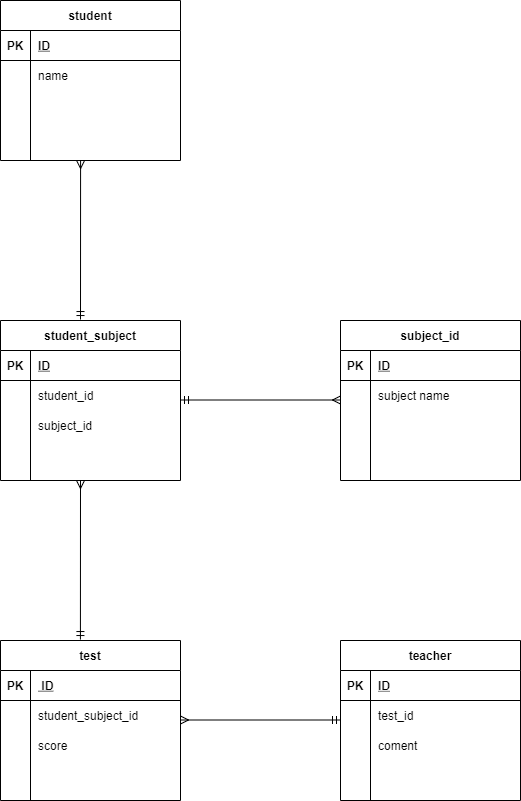
Before: 20210716_02ogaki.drawio.png, a diagram exported from draw.io (ryo0709/20210716ogaki). Source tidied: cells renumbered, new cells last; positions are measured from the earlier drawing's top-left corner, leaving out a move shared by most shapes.
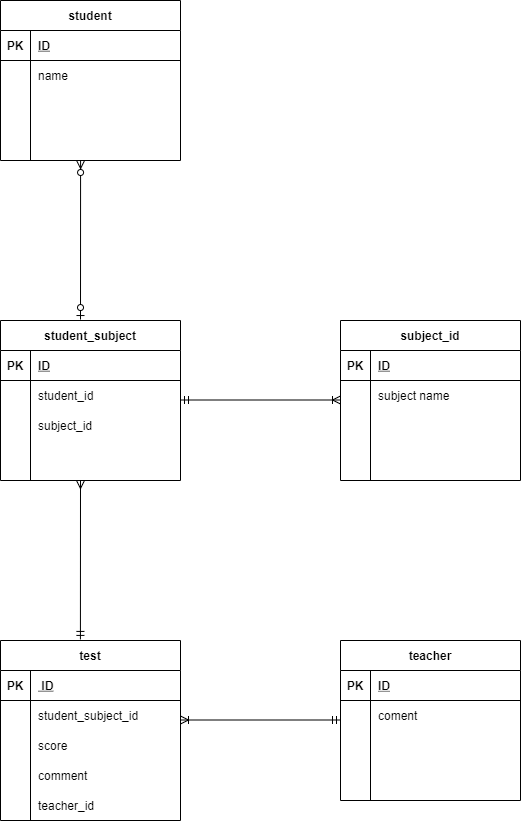
The same diagram one commit later.

Diff of the diagram source:
```diff
@@ -120,7 +120,7 @@
       <mxGeometry x="30" width="150" height="30" as="geometry" />
     </mxCell>
     <mxCell id="41" value="test" style="shape=table;startSize=30;rowLines=0;fontStyle=1;align=center;" parent="1" vertex="1">
-      <mxGeometry y="640" width="180" height="160" as="geometry" />
+      <mxGeometry y="640" width="180" height="180" as="geometry" />
     </mxCell>
     <mxCell id="42" style="shape=partialRectangle;fillColor=none;top=0;left=0;bottom=1;right=0;" parent="41" vertex="1">
       <mxGeometry y="30" width="180" height="30" as="geometry" />
@@ -155,7 +155,7 @@
     <mxCell id="52" style="shape=partialRectangle;fillColor=none;top=0;left=0;bottom=0;right=0;overflow=hidden;" parent="51" vertex="1">
       <mxGeometry width="30" height="30" as="geometry" />
     </mxCell>
-    <mxCell id="53" value=" " style="shape=partialRectangle;fillColor=none;top=0;left=0;bottom=0;right=0;align=left;spacingLeft=6;overflow=hidden;" parent="51" vertex="1">
+    <mxCell id="53" value="comment" style="shape=partialRectangle;fillColor=none;top=0;left=0;bottom=0;right=0;align=left;spacingLeft=6;overflow=hidden;" parent="51" vertex="1">
       <mxGeometry x="30" width="150" height="30" as="geometry" />
     </mxCell>
     <mxCell id="54" value="teacher" style="shape=table;startSize=30;rowLines=0;fontStyle=1;align=center;" parent="1" vertex="1">
@@ -176,7 +176,7 @@
     <mxCell id="59" style="shape=partialRectangle;fillColor=none;top=0;left=0;bottom=0;right=0;overflow=hidden;" parent="58" vertex="1">
       <mxGeometry width="30" height="30" as="geometry" />
     </mxCell>
-    <mxCell id="60" value="test_id" style="shape=partialRectangle;fillColor=none;top=0;left=0;bottom=0;right=0;align=left;spacingLeft=6;overflow=hidden;" parent="58" vertex="1">
+    <mxCell id="60" value="coment" style="shape=partialRectangle;fillColor=none;top=0;left=0;bottom=0;right=0;align=left;spacingLeft=6;overflow=hidden;" parent="58" vertex="1">
       <mxGeometry x="30" width="150" height="30" as="geometry" />
     </mxCell>
     <mxCell id="61" style="shape=partialRectangle;fillColor=none;top=0;left=0;bottom=0;right=0;" parent="54" vertex="1">
@@ -185,7 +185,7 @@
     <mxCell id="62" style="shape=partialRectangle;fillColor=none;top=0;left=0;bottom=0;right=0;overflow=hidden;" parent="61" vertex="1">
       <mxGeometry width="30" height="30" as="geometry" />
     </mxCell>
-    <mxCell id="63" value="coment" style="shape=partialRectangle;fillColor=none;top=0;left=0;bottom=0;right=0;align=left;spacingLeft=6;overflow=hidden;" parent="61" vertex="1">
+    <mxCell id="63" style="shape=partialRectangle;fillColor=none;top=0;left=0;bottom=0;right=0;align=left;spacingLeft=6;overflow=hidden;" parent="61" vertex="1">
       <mxGeometry x="30" width="150" height="30" as="geometry" />
     </mxCell>
     <mxCell id="64" style="shape=partialRectangle;fillColor=none;top=0;left=0;bottom=0;right=0;" parent="54" vertex="1">
@@ -197,13 +197,13 @@
     <mxCell id="66" value=" " style="shape=partialRectangle;fillColor=none;top=0;left=0;bottom=0;right=0;align=left;spacingLeft=6;overflow=hidden;" parent="64" vertex="1">
       <mxGeometry x="30" width="150" height="30" as="geometry" />
     </mxCell>
-    <mxCell id="67" style="endArrow=ERmany;html=1;rounded=0;startArrow=ERmandOne;startFill=0;endFill=0;" parent="1" edge="1">
+    <mxCell id="67" style="endArrow=ERoneToMany;html=1;rounded=0;startArrow=ERmandOne;startFill=0;endFill=0;" parent="1" edge="1">
       <mxGeometry relative="1" as="geometry">
         <mxPoint x="180" y="399.5" as="sourcePoint" />
         <mxPoint x="340" y="399.5" as="targetPoint" />
       </mxGeometry>
     </mxCell>
-    <mxCell id="68" style="endArrow=ERmandOne;html=1;rounded=0;startArrow=ERmany;startFill=0;endFill=0;" parent="1" edge="1">
+    <mxCell id="68" style="endArrow=ERmandOne;html=1;rounded=0;startArrow=ERoneToMany;startFill=0;endFill=0;" parent="1" edge="1">
       <mxGeometry relative="1" as="geometry">
         <mxPoint x="180" y="719.5" as="sourcePoint" />
         <mxPoint x="340" y="719.5" as="targetPoint" />
@@ -214,11 +214,14 @@
         <mxPoint x="80" y="480" as="sourcePoint" />
       </mxGeometry>
     </mxCell>
-    <mxCell id="70" style="endArrow=ERmandOne;html=1;rounded=0;entryX=0.444;entryY=-0.006;entryDx=0;entryDy=0;entryPerimeter=0;startArrow=ERmany;startFill=0;endFill=0;" parent="1" edge="1">
+    <mxCell id="70" style="endArrow=ERzeroToOne;html=1;rounded=0;entryX=0.444;entryY=-0.006;entryDx=0;entryDy=0;entryPerimeter=0;startArrow=ERzeroToMany;startFill=1;endFill=1;" parent="1" edge="1">
       <mxGeometry relative="1" as="geometry">
         <mxPoint x="80.1" y="160" as="sourcePoint" />
         <mxPoint x="80" y="319" as="targetPoint" />
       </mxGeometry>
     </mxCell>
+    <mxCell id="71" value="teacher_id" style="shape=partialRectangle;fillColor=none;top=0;left=0;bottom=0;right=0;align=left;spacingLeft=6;overflow=hidden;" parent="1" vertex="1">
+      <mxGeometry x="30" y="790" width="150" height="30" as="geometry" />
+    </mxCell>
   </root>
 </mxGraphModel>
```
